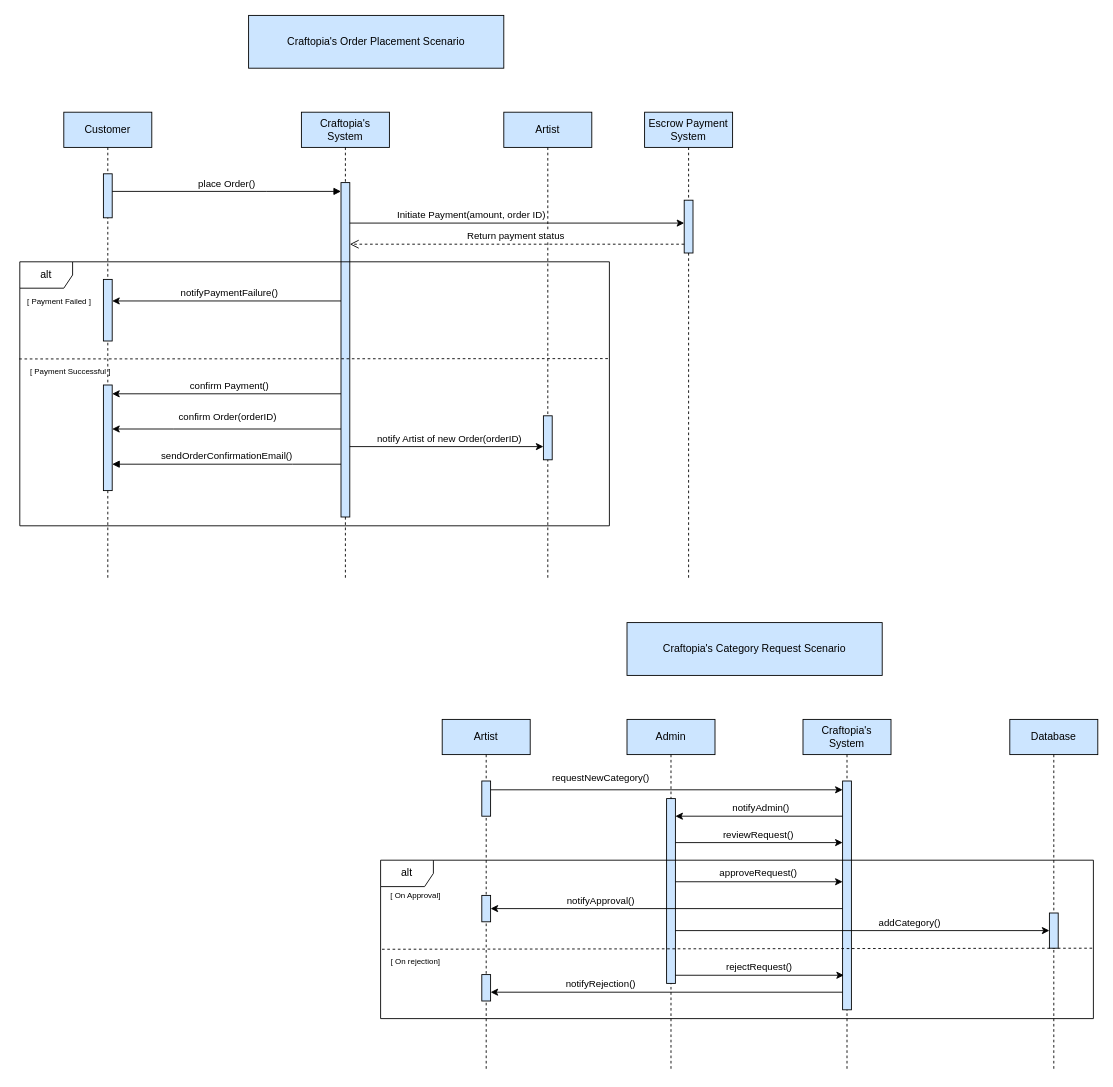
alibedair/Graduation-Project keeps this draw.io diagram as Sequence Diagram/SequenceDiagram 2.drawio. Above is the earlier version. Source tidied: cells renumbered, new cells numbered last; positions are measured from the earlier drawing's top-left corner, leaving out a move shared by most shapes. Both pictures are drawn from the tidied source at 88%, with x=0, y=0 at pixel (15, 15).
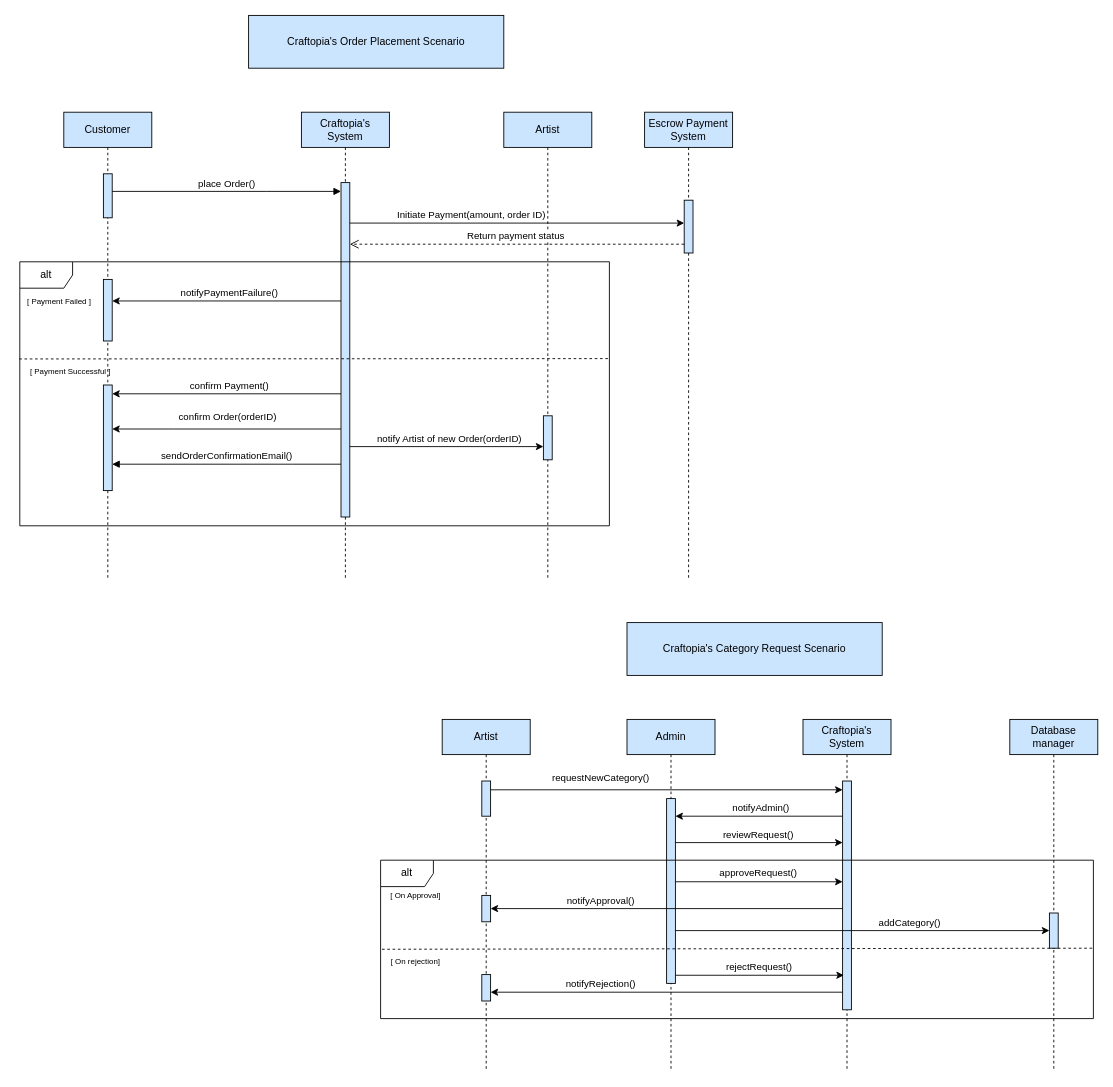
Above is the later version.

What changed in the source:
```diff
@@
-    <mxCell id="59" value="Database" style="shape=umlLifeline;perimeter=lifelinePerimeter;whiteSpace=wrap;html=1;newEdgeStyle={&quot;edgeStyle&quot;:&quot;elbowEdgeStyle&quot;,&quot;elbow&quot;:&quot;vertical&quot;,&quot;curved&quot;:0,&quot;rounded&quot;:0};fillColor=#CCE5FF;" parent="1" vertex="1">
+    <mxCell id="59" value="Database manager" style="shape=umlLifeline;perimeter=lifelinePerimeter;whiteSpace=wrap;html=1;newEdgeStyle={&quot;edgeStyle&quot;:&quot;elbowEdgeStyle&quot;,&quot;elbow&quot;:&quot;vertical&quot;,&quot;curved&quot;:0,&quot;rounded&quot;:0};fillColor=#CCE5FF;" parent="1" vertex="1">
       <mxGeometry x="1130" y="800" width="100" height="400" as="geometry" />
     </mxCell>
```
